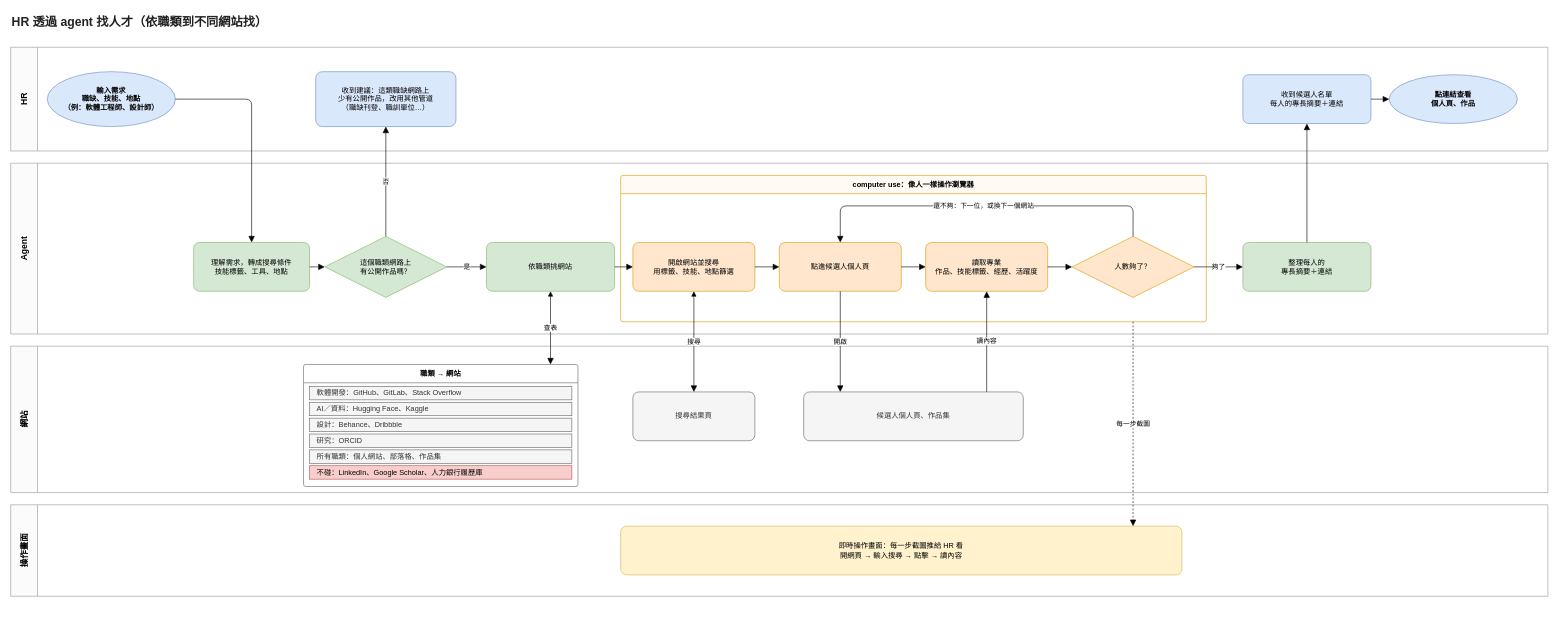
falltwo/gcis-talent-radar keeps this draw.io diagram as docs/diagrams/sourcing-flow.drawio. Above is the earlier version. Source tidied: cells renumbered, new cells numbered last; positions are measured from the earlier drawing's top-left corner, leaving out a move shared by most shapes. Both pictures are drawn from the tidied source at 61%, with x=0, y=0 at pixel (10, 10).
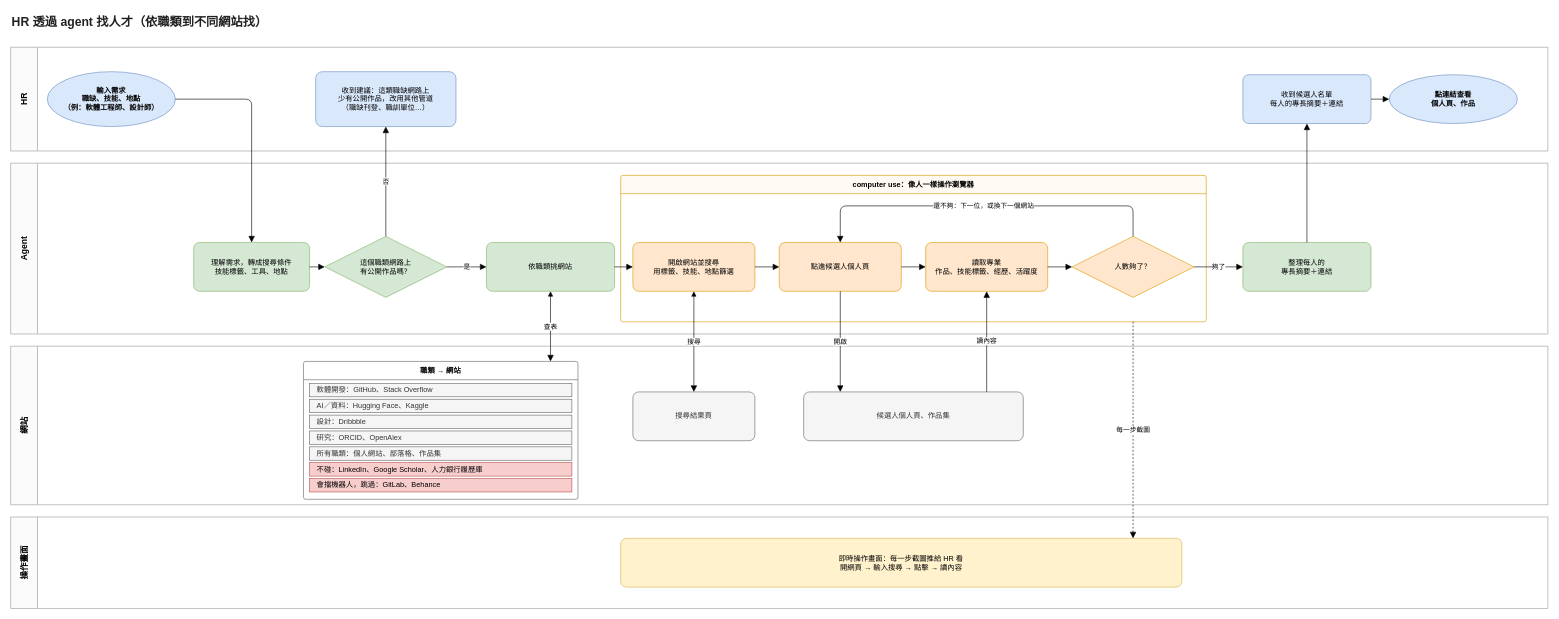
The same diagram, later.

Commit message (it also covers changes not shown here):
feat: add OpenAlex as the research source in place of Google Scholar

Diff of the diagram source:
```diff
@@
     <mxCell id="5" value="網站" style="swimlane;horizontal=0;startSize=44;html=1;whiteSpace=wrap;fillColor=#fbfbfb;strokeColor=#999999;fontStyle=1;fontSize=14;" parent="1" vertex="1">
-      <mxGeometry y="550" width="2520" height="240" as="geometry" />
+      <mxGeometry y="550" width="2520" height="260" as="geometry" />
     </mxCell>
     <mxCell id="6" value="操作畫面" style="swimlane;horizontal=0;startSize=44;html=1;whiteSpace=wrap;fillColor=#fbfbfb;strokeColor=#999999;fontStyle=1;fontSize=14;" parent="1" vertex="1">
-      <mxGeometry y="810" width="2520" height="150" as="geometry" />
+      <mxGeometry y="830" width="2520" height="150" as="geometry" />
     </mxCell>
@@
     <mxCell id="20" value="職類 → 網站" style="swimlane;startSize=30;html=1;whiteSpace=wrap;rounded=1;arcSize=4;fillColor=#fbfbfb;strokeColor=#999999;fontStyle=1;fillColor=#ffffff;strokeColor=#666666;" parent="1" vertex="1">
-      <mxGeometry x="480" y="580" width="450" height="200" as="geometry" />
+      <mxGeometry x="480" y="575" width="450" height="226" as="geometry" />
     </mxCell>
-    <mxCell id="21" value="軟體開發：GitHub、GitLab、Stack Overflow" style="rounded=1;whiteSpace=wrap;html=1;arcSize=12;fillColor=#d5e8d4;strokeColor=#82b366;fillColor=#f5f5f5;strokeColor=#666666;fontColor=#333333;align=left;spacingLeft=10;rounded=0;" parent="20" vertex="1">
+    <mxCell id="21" value="軟體開發：GitHub、Stack Overflow" style="rounded=1;whiteSpace=wrap;html=1;arcSize=12;fillColor=#d5e8d4;strokeColor=#82b366;fillColor=#f5f5f5;strokeColor=#666666;fontColor=#333333;align=left;spacingLeft=10;rounded=0;" parent="20" vertex="1">
       <mxGeometry x="10" y="36" width="430" height="22" as="geometry" />
     </mxCell>
@@
-    <mxCell id="23" value="設計：Behance、Dribbble" style="rounded=1;whiteSpace=wrap;html=1;arcSize=12;fillColor=#d5e8d4;strokeColor=#82b366;fillColor=#f5f5f5;strokeColor=#666666;fontColor=#333333;align=left;spacingLeft=10;rounded=0;" parent="20" vertex="1">
+    <mxCell id="23" value="設計：Dribbble" style="rounded=1;whiteSpace=wrap;html=1;arcSize=12;fillColor=#d5e8d4;strokeColor=#82b366;fillColor=#f5f5f5;strokeColor=#666666;fontColor=#333333;align=left;spacingLeft=10;rounded=0;" parent="20" vertex="1">
       <mxGeometry x="10" y="88" width="430" height="22" as="geometry" />
     </mxCell>
-    <mxCell id="24" value="研究：ORCID" style="rounded=1;whiteSpace=wrap;html=1;arcSize=12;fillColor=#d5e8d4;strokeColor=#82b366;fillColor=#f5f5f5;strokeColor=#666666;fontColor=#333333;align=left;spacingLeft=10;rounded=0;" parent="20" vertex="1">
+    <mxCell id="24" value="研究：ORCID、OpenAlex" style="rounded=1;whiteSpace=wrap;html=1;arcSize=12;fillColor=#d5e8d4;strokeColor=#82b366;fillColor=#f5f5f5;strokeColor=#666666;fontColor=#333333;align=left;spacingLeft=10;rounded=0;" parent="20" vertex="1">
       <mxGeometry x="10" y="114" width="430" height="22" as="geometry" />
     </mxCell>
@@
+    <mxCell id="47" value="會擋機器人，跳過：GitLab、Behance" style="rounded=1;whiteSpace=wrap;html=1;arcSize=12;fillColor=#f8cecc;strokeColor=#b85450;align=left;spacingLeft=10;rounded=0;" parent="20" vertex="1">
+      <mxGeometry x="10" y="192" width="430" height="22" as="geometry" />
+    </mxCell>
```
